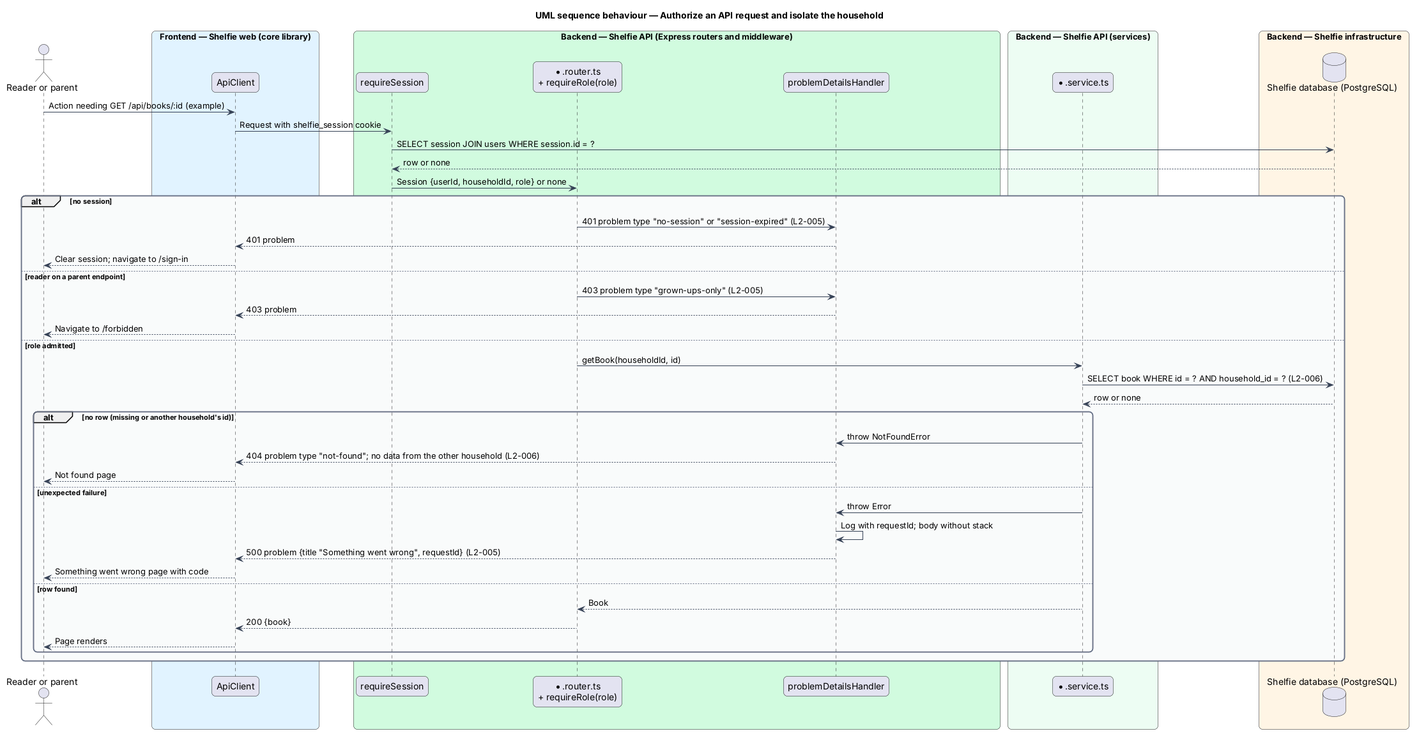
Above: docs/detailed-designs/sign-in/authorize-access/diagrams/sequence-authorize-request.png in QuinntyneBrown/shelfie (PlantUML), before the change. Its source is kept beside it as docs/detailed-designs/sign-in/authorize-access/diagrams/sequence-authorize-request.puml.
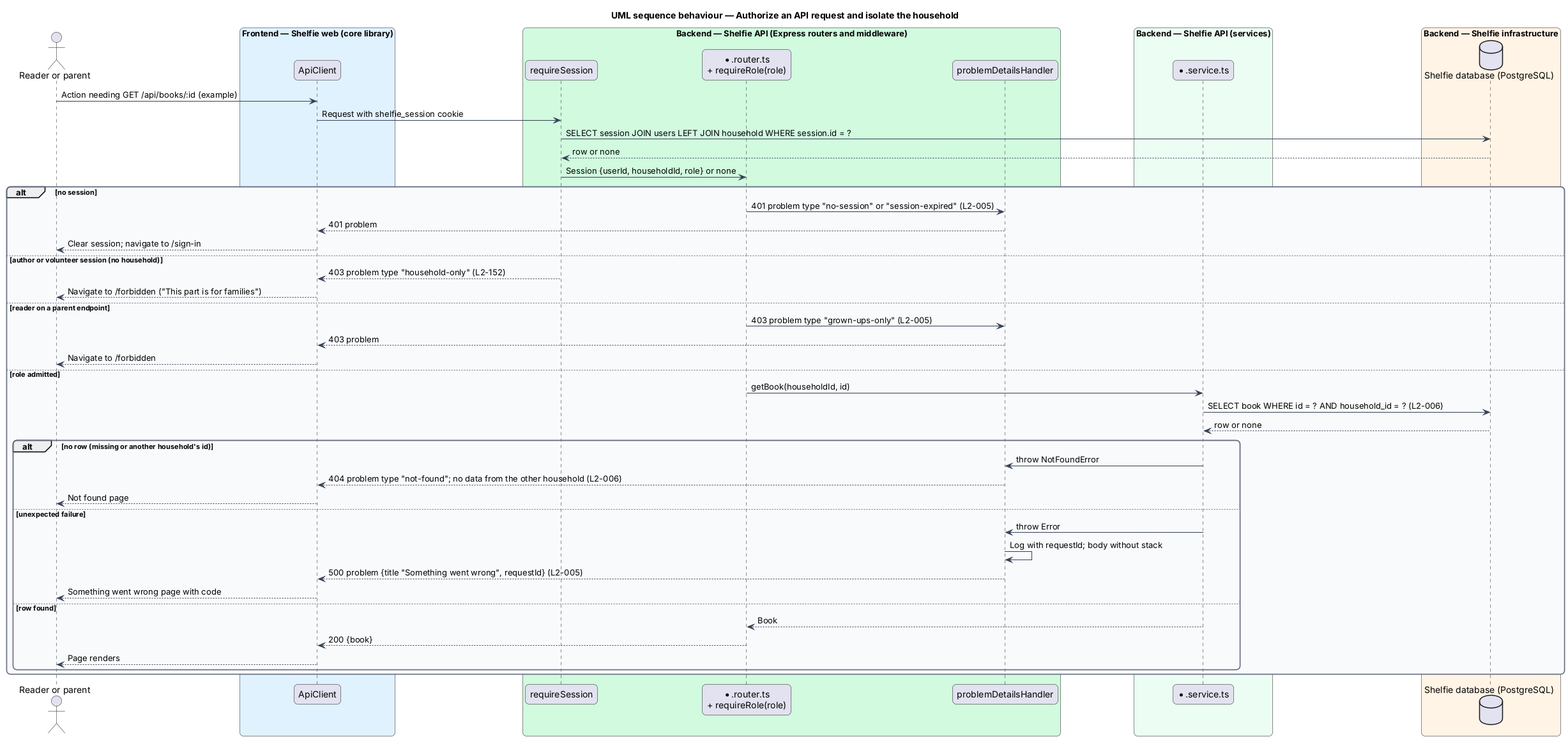
After the change.

The edit, as a diff of the source:
```diff
@@ -32,13 +32,16 @@
 
 person -> client : Action needing GET /api/books/:id (example)
 client -> mw : Request with shelfie_session cookie
-mw -> db : SELECT session JOIN users WHERE session.id = ?
+mw -> db : SELECT session JOIN users LEFT JOIN household WHERE session.id = ?
 db --> mw : row or none
 mw -> router : Session {userId, householdId, role} or none
 alt no session
   router -> errors : 401 problem type "no-session" or "session-expired" (L2-005)
   errors --> client : 401 problem
   client --> person : Clear session; navigate to /sign-in
+else author or volunteer session (no household)
+  mw --> client : 403 problem type "household-only" (L2-152)
+  client --> person : Navigate to /forbidden ("This part is for families")
 else reader on a parent endpoint
   router -> errors : 403 problem type "grown-ups-only" (L2-005)
   errors --> client : 403 problem
```
